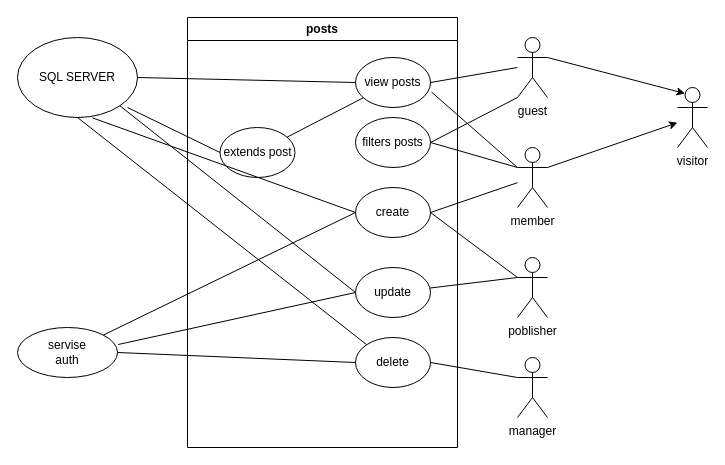
Earlier version of the draw.io diagram diagrams/useCasePosts.drawio (aviram10/kehilat-israel). Source tidied: cells renumbered, new cells numbered last; positions are measured from the earlier drawing's top-left corner, leaving out a move shared by most shapes. Both pictures are drawn from the tidied source at 100%, with x=0, y=0 at pixel (17, 17).
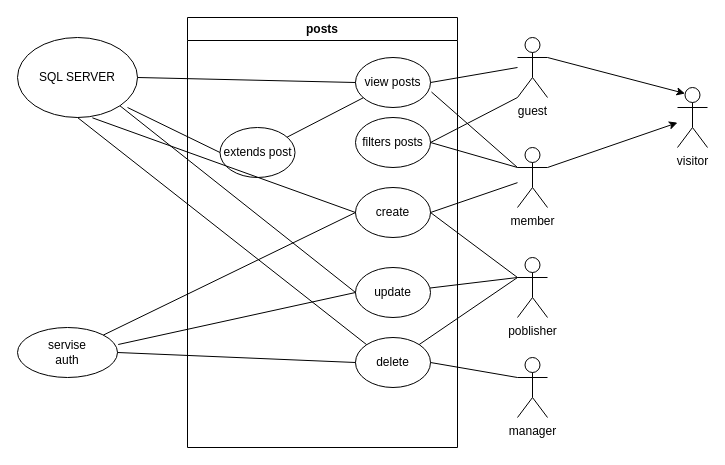
The same page after the edit.

Unchanged cells that the change refers to:
```xml
<mxCell id="7" value="delete" style="ellipse;whiteSpace=wrap;html=1;" parent="2" vertex="1">
  <mxGeometry x="168" y="320" width="75" height="50" as="geometry" />
</mxCell>
<mxCell id="21" value="poblisher" style="shape=umlActor;verticalLabelPosition=bottom;verticalAlign=top;html=1;outlineConnect=0;" parent="1" vertex="1">
  <mxGeometry x="500" y="240" width="30" height="60" as="geometry" />
</mxCell>
```

Diff of the diagram source:
```diff
@@
+    <mxCell id="35" style="edgeStyle=none;html=1;exitX=0;exitY=0.3333333333333333;exitDx=0;exitDy=0;exitPerimeter=0;endArrow=none;endFill=0;" parent="1" edge="1" source="21" target="7">
+      <mxGeometry relative="1" as="geometry" />
+    </mxCell>
```
